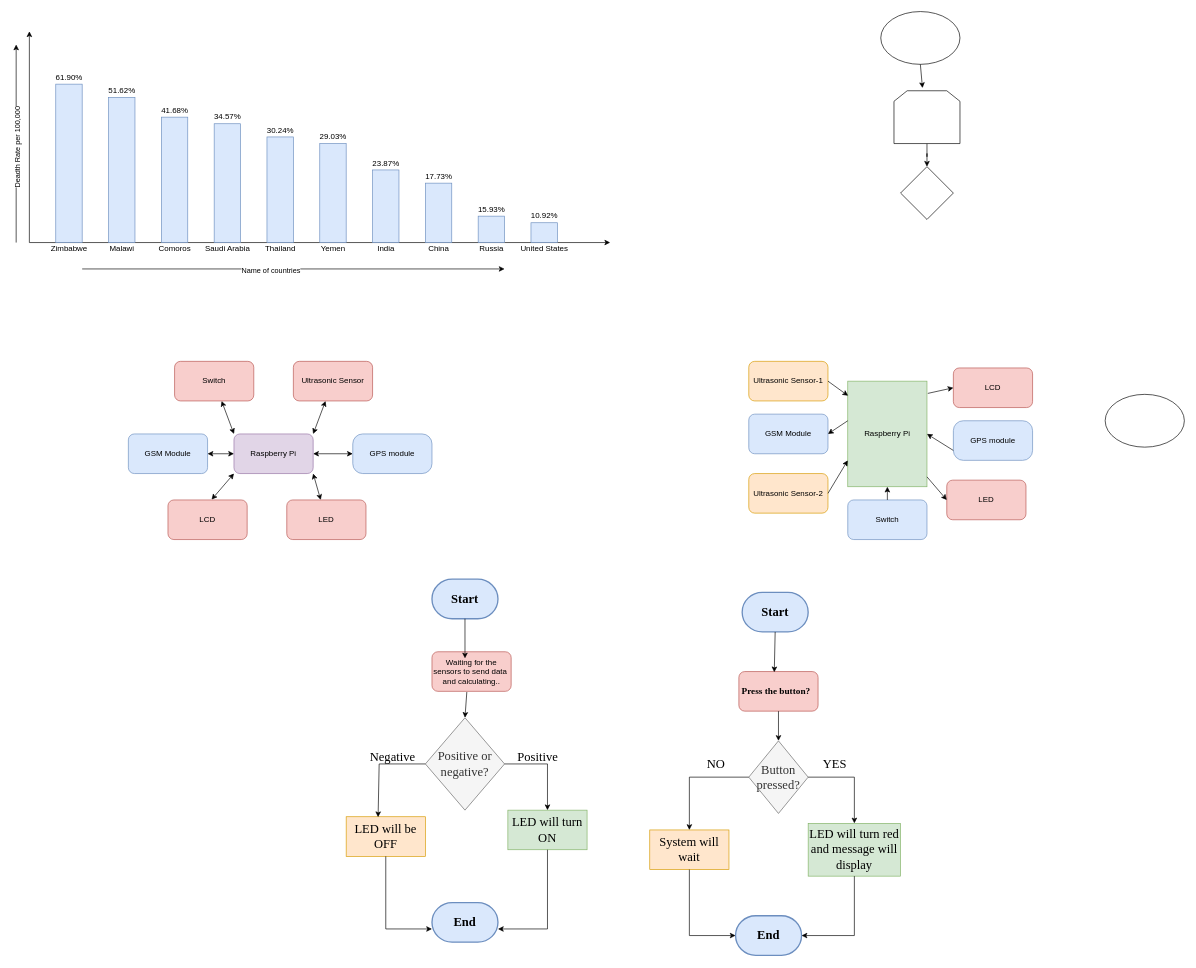
Above: Untitled Diagram.drawio in 11716991/OS (draw.io), before the change. Source tidied: cells renumbered, new cells numbered last; positions are measured from the earlier drawing's top-left corner, leaving out a move shared by most shapes. Both pictures are drawn from the tidied source at 66%, with x=0, y=0 at pixel (16, 11).
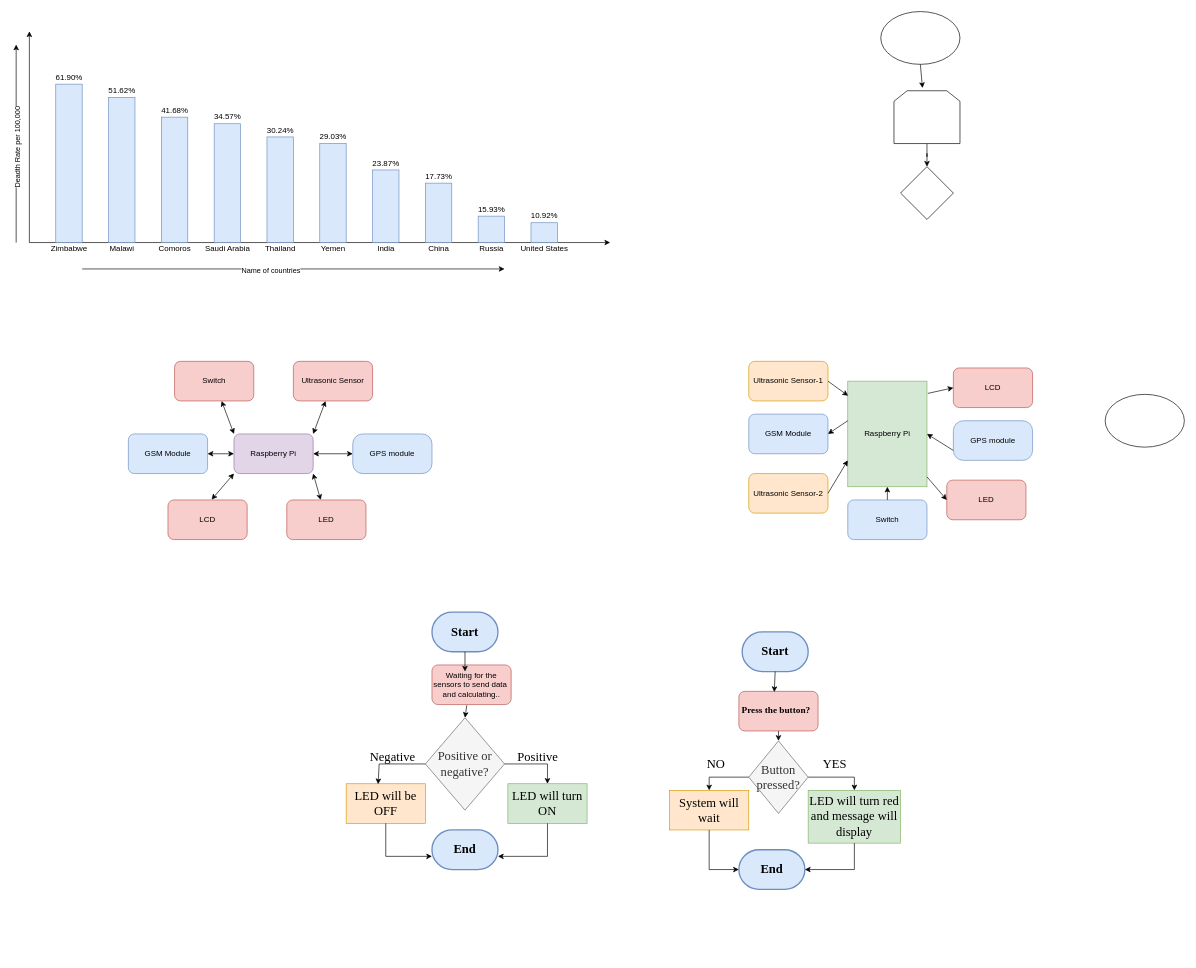
After the change.

Unchanged cells that the change refers to:
```xml
<mxCell id="65" value="Button pressed?" style="rhombus;whiteSpace=wrap;html=1;fontFamily=Times New Roman;fontSize=19;fillColor=#f5f5f5;fontColor=#333333;strokeColor=#666666;" parent="1" vertex="1">
  <mxGeometry x="1110" y="1105" width="90" height="110" as="geometry" />
</mxCell>
```

What changed in the source:
```diff
@@
     <mxCell id="58" value="&lt;font size=&quot;1&quot; face=&quot;Times New Roman&quot;&gt;&lt;b style=&quot;font-size: 19px;&quot;&gt;Start&lt;/b&gt;&lt;/font&gt;" style="strokeWidth=2;html=1;shape=mxgraph.flowchart.terminator;whiteSpace=wrap;fillColor=#dae8fc;strokeColor=#6c8ebf;" parent="1" vertex="1">
-      <mxGeometry x="630" y="860" width="100" height="60" as="geometry" />
+      <mxGeometry x="630" y="910" width="100" height="60" as="geometry" />
     </mxCell>
     <mxCell id="59" value="&lt;b style=&quot;font-family: &amp;quot;Times New Roman&amp;quot;; font-size: 19px;&quot;&gt;Start&lt;/b&gt;" style="strokeWidth=2;html=1;shape=mxgraph.flowchart.terminator;whiteSpace=wrap;fillColor=#dae8fc;strokeColor=#6c8ebf;" parent="1" vertex="1">
-      <mxGeometry x="1100" y="880" width="100" height="60" as="geometry" />
+      <mxGeometry x="1100" y="940" width="100" height="60" as="geometry" />
     </mxCell>
     <mxCell id="60" value="&lt;font face=&quot;Times New Roman&quot;&gt;&lt;span style=&quot;font-size: 19px;&quot;&gt;&lt;b&gt;End&lt;/b&gt;&lt;/span&gt;&lt;/font&gt;" style="strokeWidth=2;html=1;shape=mxgraph.flowchart.terminator;whiteSpace=wrap;fillColor=#dae8fc;strokeColor=#6c8ebf;" parent="1" vertex="1">
-      <mxGeometry x="630" y="1350" width="100" height="60" as="geometry" />
+      <mxGeometry x="630" y="1240" width="100" height="60" as="geometry" />
     </mxCell>
     <mxCell id="61" value="&lt;font size=&quot;1&quot; face=&quot;Times New Roman&quot;&gt;&lt;b style=&quot;font-size: 19px;&quot;&gt;End&lt;/b&gt;&lt;/font&gt;" style="strokeWidth=2;html=1;shape=mxgraph.flowchart.terminator;whiteSpace=wrap;fillColor=#dae8fc;strokeColor=#6c8ebf;" parent="1" vertex="1">
-      <mxGeometry x="1090" y="1370" width="100" height="60" as="geometry" />
+      <mxGeometry x="1095" y="1270" width="100" height="60" as="geometry" />
     </mxCell>
     <mxCell id="62" value="&lt;b&gt;&lt;font style=&quot;font-size: 14px;&quot; face=&quot;Times New Roman&quot;&gt;Press the button?&amp;nbsp;&amp;nbsp;&lt;/font&gt;&lt;/b&gt;" style="rounded=1;whiteSpace=wrap;html=1;fillColor=#f8cecc;strokeColor=#b85450;" parent="1" vertex="1">
-      <mxGeometry x="1095" y="1000" width="120" height="60" as="geometry" />
+      <mxGeometry x="1095" y="1030" width="120" height="60" as="geometry" />
     </mxCell>
     <mxCell id="63" value="Waiting for the sensors to send data&amp;nbsp; and calculating.." style="rounded=1;whiteSpace=wrap;html=1;fillColor=#f8cecc;strokeColor=#b85450;" parent="1" vertex="1">
-      <mxGeometry x="630" y="970" width="120" height="60" as="geometry" />
+      <mxGeometry x="630" y="990" width="120" height="60" as="geometry" />
     </mxCell>
@@
     <mxCell id="66" value="LED will be OFF" style="rounded=0;whiteSpace=wrap;html=1;fontFamily=Times New Roman;fontSize=19;fillColor=#ffe6cc;strokeColor=#d79b00;" parent="1" vertex="1">
-      <mxGeometry x="500" y="1220" width="120" height="60" as="geometry" />
+      <mxGeometry x="500" y="1170" width="120" height="60" as="geometry" />
     </mxCell>
     <mxCell id="67" value="LED will turn ON" style="rounded=0;whiteSpace=wrap;html=1;fontFamily=Times New Roman;fontSize=19;fillColor=#d5e8d4;strokeColor=#82b366;" parent="1" vertex="1">
-      <mxGeometry x="745" y="1210" width="120" height="60" as="geometry" />
+      <mxGeometry x="745" y="1170" width="120" height="60" as="geometry" />
     </mxCell>
     <mxCell id="68" value="System will wait" style="rounded=0;whiteSpace=wrap;html=1;fontFamily=Times New Roman;fontSize=19;fillColor=#ffe6cc;strokeColor=#d79b00;" parent="1" vertex="1">
-      <mxGeometry x="960" y="1240" width="120" height="60" as="geometry" />
+      <mxGeometry x="990" y="1180" width="120" height="60" as="geometry" />
     </mxCell>
     <mxCell id="69" value="LED will turn red and message will display" style="rounded=0;whiteSpace=wrap;html=1;fontFamily=Times New Roman;fontSize=19;fillColor=#d5e8d4;strokeColor=#82b366;" parent="1" vertex="1">
-      <mxGeometry x="1200" y="1230" width="140" height="80" as="geometry" />
+      <mxGeometry x="1200" y="1180" width="140" height="80" as="geometry" />
     </mxCell>
@@
     <mxCell id="74" style="endArrow=classic;html=1;rounded=0;fontFamily=Times New Roman;fontSize=19;exitX=0.5;exitY=1;exitDx=0;exitDy=0;entryX=0;entryY=0.667;entryDx=0;entryDy=0;entryPerimeter=0;" parent="1" edge="1" source="66" target="60">
       <mxGeometry relative="1" as="geometry">
         <Array as="points">
-          <mxPoint x="560" y="1390" />
+          <mxPoint x="560" y="1280" />
         </Array>
       </mxGeometry>
     </mxCell>
     <mxCell id="75" style="endArrow=classic;html=1;rounded=0;fontFamily=Times New Roman;fontSize=19;exitX=0.5;exitY=1;exitDx=0;exitDy=0;entryX=1;entryY=0.667;entryDx=0;entryDy=0;entryPerimeter=0;" parent="1" edge="1" source="67" target="60">
       <mxGeometry relative="1" as="geometry">
         <Array as="points">
-          <mxPoint x="805" y="1390" />
+          <mxPoint x="805" y="1280" />
         </Array>
       </mxGeometry>
     </mxCell>
     <mxCell id="76" style="endArrow=classic;html=1;rounded=0;fontFamily=Times New Roman;fontSize=19;entryX=1;entryY=0.5;entryDx=0;entryDy=0;entryPerimeter=0;exitX=0.5;exitY=1;exitDx=0;exitDy=0;" parent="1" edge="1" source="69" target="61">
       <mxGeometry relative="1" as="geometry">
         <Array as="points">
-          <mxPoint x="1270" y="1400" />
+          <mxPoint x="1270" y="1300" />
         </Array>
       </mxGeometry>
     </mxCell>
-    <mxCell id="77" style="endArrow=classic;html=1;rounded=0;fontFamily=Times New Roman;fontSize=19;entryX=0;entryY=0.5;entryDx=0;entryDy=0;entryPerimeter=0;" parent="1" edge="1" target="61">
+    <mxCell id="77" style="endArrow=classic;html=1;rounded=0;fontFamily=Times New Roman;fontSize=19;entryX=0;entryY=0.5;entryDx=0;entryDy=0;entryPerimeter=0;exitX=0.5;exitY=1;exitDx=0;exitDy=0;" parent="1" edge="1" source="68" target="61">
       <mxGeometry relative="1" as="geometry">
-        <mxPoint x="1020" y="1300" as="sourcePoint" />
         <Array as="points">
-          <mxPoint x="1020" y="1400" />
+          <mxPoint x="1050" y="1300" />
         </Array>
       </mxGeometry>
     </mxCell>
@@
     <mxCell id="79" style="endArrow=classic;html=1;rounded=0;fontFamily=Times New Roman;fontSize=19;entryX=0.5;entryY=0;entryDx=0;entryDy=0;exitX=0;exitY=0.5;exitDx=0;exitDy=0;" parent="1" edge="1" source="65" target="68">
       <mxGeometry relative="1" as="geometry">
         <Array as="points">
-          <mxPoint x="1020" y="1160" />
+          <mxPoint x="1050" y="1160" />
         </Array>
       </mxGeometry>
     </mxCell>
```
